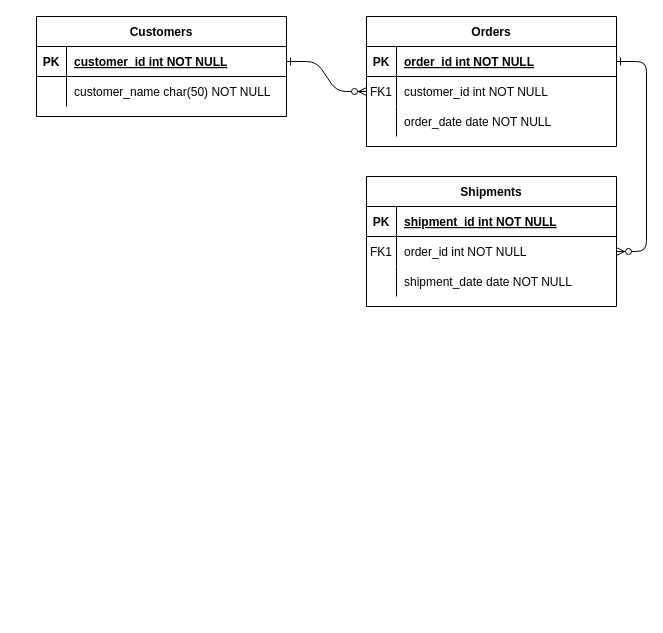
This is homeworks/homework-10/Диаграмма без названия.drawio from mletov/mssql-otus, a draw.io file, before an edit. Source tidied: cells renumbered, new cells numbered last; positions are measured from the earlier drawing's top-left corner, leaving out a move shared by most shapes. Both pictures are drawn from the tidied source at 100%, with x=0, y=0 at pixel (36, 16).
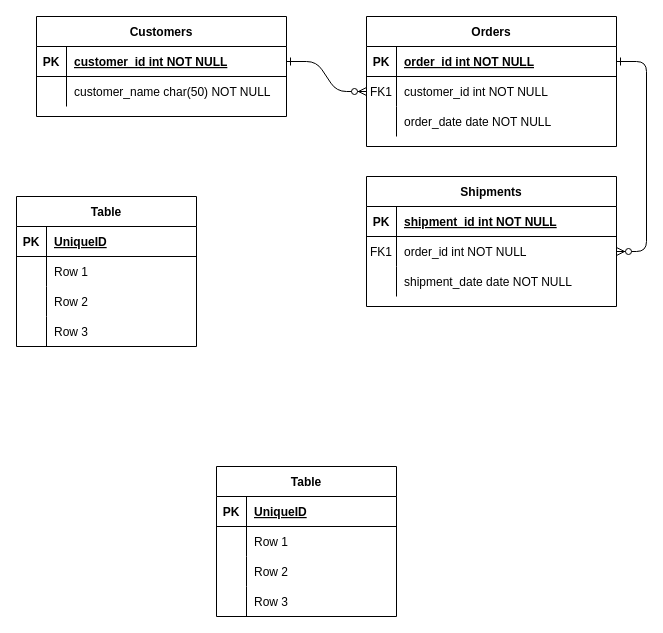
After the change.

Diff of the diagram source:
```diff
@@
+    <mxCell id="31" value="Table" style="shape=table;startSize=30;childLayout=tableLayout;rowLines=0;fontStyle=1;align=center;" parent="1" vertex="1">
+      <mxGeometry x="-20" y="180" width="180" height="150" as="geometry" />
+    </mxCell>
+    <mxCell id="32" style="shape=tableRow;horizontal=0;startSize=0;swimlaneHead=0;swimlaneBody=0;fillColor=none;top=0;left=0;right=0;bottom=1;" parent="31" vertex="1">
+      <mxGeometry y="30" width="180" height="30" as="geometry" />
+    </mxCell>
+    <mxCell id="33" value="PK" style="shape=partialRectangle;fillColor=none;top=0;left=0;bottom=0;right=0;fontStyle=1;overflow=hidden;" parent="32" vertex="1">
+      <mxGeometry width="30" height="30" as="geometry" />
+    </mxCell>
+    <mxCell id="34" value="UniqueID" style="shape=partialRectangle;fillColor=none;top=0;left=0;bottom=0;right=0;align=left;spacingLeft=6;fontStyle=5;overflow=hidden;" parent="32" vertex="1">
+      <mxGeometry x="30" width="150" height="30" as="geometry" />
+    </mxCell>
+    <mxCell id="35" style="shape=tableRow;horizontal=0;startSize=0;swimlaneHead=0;swimlaneBody=0;fillColor=none;top=0;left=0;right=0;bottom=0;" parent="31" vertex="1">
+      <mxGeometry y="60" width="180" height="30" as="geometry" />
+    </mxCell>
+    <mxCell id="36" style="shape=partialRectangle;fillColor=none;top=0;left=0;bottom=0;right=0;overflow=hidden;" parent="35" vertex="1">
+      <mxGeometry width="30" height="30" as="geometry" />
+    </mxCell>
+    <mxCell id="37" value="Row 1" style="shape=partialRectangle;fillColor=none;top=0;left=0;bottom=0;right=0;align=left;spacingLeft=6;overflow=hidden;" parent="35" vertex="1">
+      <mxGeometry x="30" width="150" height="30" as="geometry" />
+    </mxCell>
+    <mxCell id="38" style="shape=tableRow;horizontal=0;startSize=0;swimlaneHead=0;swimlaneBody=0;fillColor=none;top=0;left=0;right=0;bottom=0;" parent="31" vertex="1">
+      <mxGeometry y="90" width="180" height="30" as="geometry" />
+    </mxCell>
+    <mxCell id="39" style="shape=partialRectangle;fillColor=none;top=0;left=0;bottom=0;right=0;overflow=hidden;" parent="38" vertex="1">
+      <mxGeometry width="30" height="30" as="geometry" />
+    </mxCell>
+    <mxCell id="40" value="Row 2" style="shape=partialRectangle;fillColor=none;top=0;left=0;bottom=0;right=0;align=left;spacingLeft=6;overflow=hidden;" parent="38" vertex="1">
+      <mxGeometry x="30" width="150" height="30" as="geometry" />
+    </mxCell>
+    <mxCell id="41" style="shape=tableRow;horizontal=0;startSize=0;swimlaneHead=0;swimlaneBody=0;fillColor=none;top=0;left=0;right=0;bottom=0;" parent="31" vertex="1">
+      <mxGeometry y="120" width="180" height="30" as="geometry" />
+    </mxCell>
+    <mxCell id="42" style="shape=partialRectangle;fillColor=none;top=0;left=0;bottom=0;right=0;overflow=hidden;" parent="41" vertex="1">
+      <mxGeometry width="30" height="30" as="geometry" />
+    </mxCell>
+    <mxCell id="43" value="Row 3" style="shape=partialRectangle;fillColor=none;top=0;left=0;bottom=0;right=0;align=left;spacingLeft=6;overflow=hidden;" parent="41" vertex="1">
+      <mxGeometry x="30" width="150" height="30" as="geometry" />
+    </mxCell>
+    <mxCell id="44" value="Table" style="shape=table;startSize=30;childLayout=tableLayout;rowLines=0;fontStyle=1;align=center;" parent="1" vertex="1">
+      <mxGeometry x="180" y="450" width="180" height="150" as="geometry" />
+    </mxCell>
+    <mxCell id="45" style="shape=tableRow;horizontal=0;startSize=0;swimlaneHead=0;swimlaneBody=0;fillColor=none;top=0;left=0;right=0;bottom=1;" parent="44" vertex="1">
+      <mxGeometry y="30" width="180" height="30" as="geometry" />
+    </mxCell>
+    <mxCell id="46" value="PK" style="shape=partialRectangle;fillColor=none;top=0;left=0;bottom=0;right=0;fontStyle=1;overflow=hidden;" parent="45" vertex="1">
+      <mxGeometry width="30" height="30" as="geometry" />
+    </mxCell>
+    <mxCell id="47" value="UniqueID" style="shape=partialRectangle;fillColor=none;top=0;left=0;bottom=0;right=0;align=left;spacingLeft=6;fontStyle=5;overflow=hidden;" parent="45" vertex="1">
+      <mxGeometry x="30" width="150" height="30" as="geometry" />
+    </mxCell>
+    <mxCell id="48" style="shape=tableRow;horizontal=0;startSize=0;swimlaneHead=0;swimlaneBody=0;fillColor=none;top=0;left=0;right=0;bottom=0;" parent="44" vertex="1">
+      <mxGeometry y="60" width="180" height="30" as="geometry" />
+    </mxCell>
+    <mxCell id="49" style="shape=partialRectangle;fillColor=none;top=0;left=0;bottom=0;right=0;overflow=hidden;" parent="48" vertex="1">
+      <mxGeometry width="30" height="30" as="geometry" />
+    </mxCell>
+    <mxCell id="50" value="Row 1" style="shape=partialRectangle;fillColor=none;top=0;left=0;bottom=0;right=0;align=left;spacingLeft=6;overflow=hidden;" parent="48" vertex="1">
+      <mxGeometry x="30" width="150" height="30" as="geometry" />
+    </mxCell>
+    <mxCell id="51" style="shape=tableRow;horizontal=0;startSize=0;swimlaneHead=0;swimlaneBody=0;fillColor=none;top=0;left=0;right=0;bottom=0;" parent="44" vertex="1">
+      <mxGeometry y="90" width="180" height="30" as="geometry" />
+    </mxCell>
+    <mxCell id="52" style="shape=partialRectangle;fillColor=none;top=0;left=0;bottom=0;right=0;overflow=hidden;" parent="51" vertex="1">
+      <mxGeometry width="30" height="30" as="geometry" />
+    </mxCell>
+    <mxCell id="53" value="Row 2" style="shape=partialRectangle;fillColor=none;top=0;left=0;bottom=0;right=0;align=left;spacingLeft=6;overflow=hidden;" parent="51" vertex="1">
+      <mxGeometry x="30" width="150" height="30" as="geometry" />
+    </mxCell>
+    <mxCell id="54" style="shape=tableRow;horizontal=0;startSize=0;swimlaneHead=0;swimlaneBody=0;fillColor=none;top=0;left=0;right=0;bottom=0;" parent="44" vertex="1">
+      <mxGeometry y="120" width="180" height="30" as="geometry" />
+    </mxCell>
+    <mxCell id="55" style="shape=partialRectangle;fillColor=none;top=0;left=0;bottom=0;right=0;overflow=hidden;" parent="54" vertex="1">
+      <mxGeometry width="30" height="30" as="geometry" />
+    </mxCell>
+    <mxCell id="56" value="Row 3" style="shape=partialRectangle;fillColor=none;top=0;left=0;bottom=0;right=0;align=left;spacingLeft=6;overflow=hidden;" parent="54" vertex="1">
+      <mxGeometry x="30" width="150" height="30" as="geometry" />
+    </mxCell>
```
